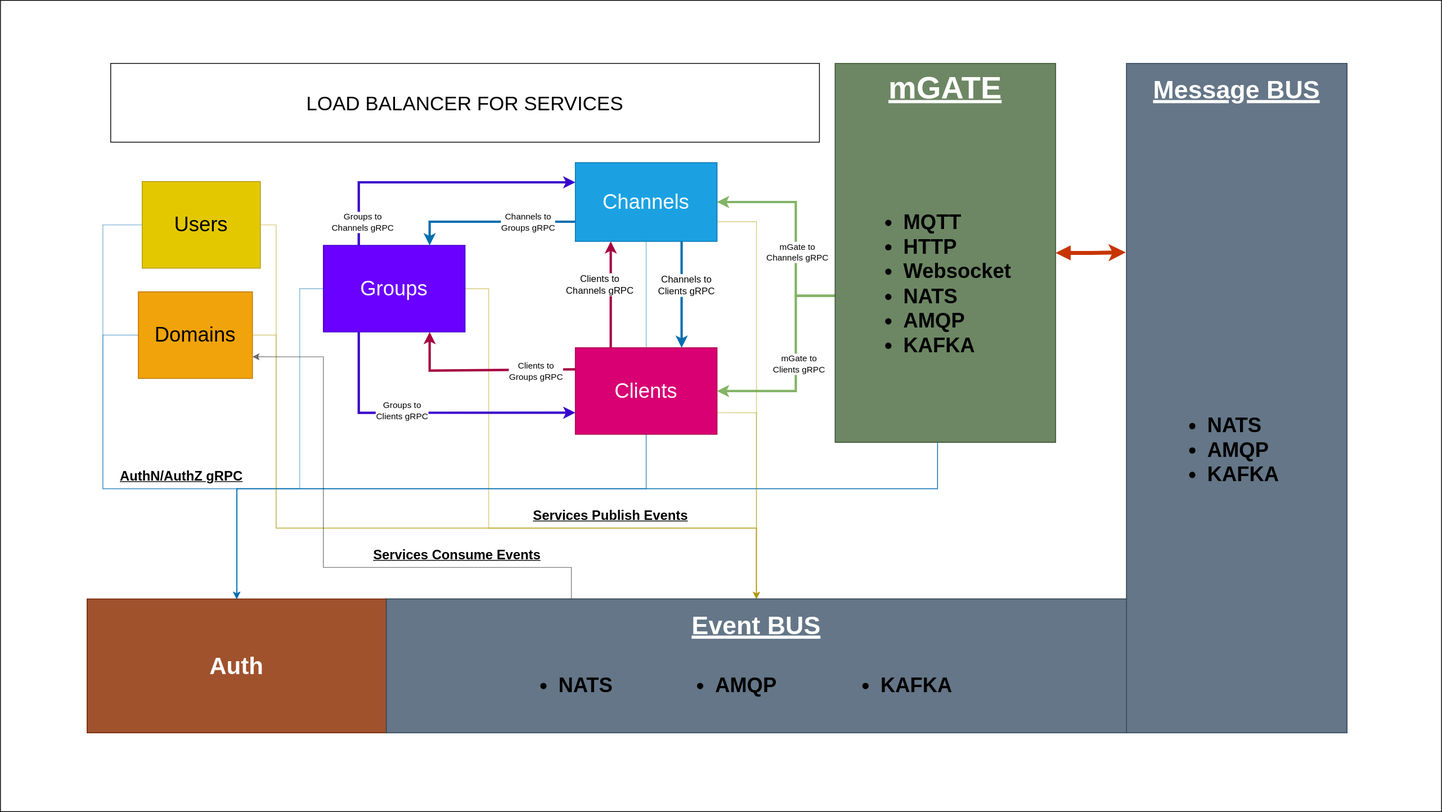
Above: docs/architecture.drawio.svg in absmach/supermq-docs (draw.io), before the change. Source tidied: cells renumbered, new cells last; positions are measured from the earlier drawing's top-left corner, leaving out a move shared by most shapes.
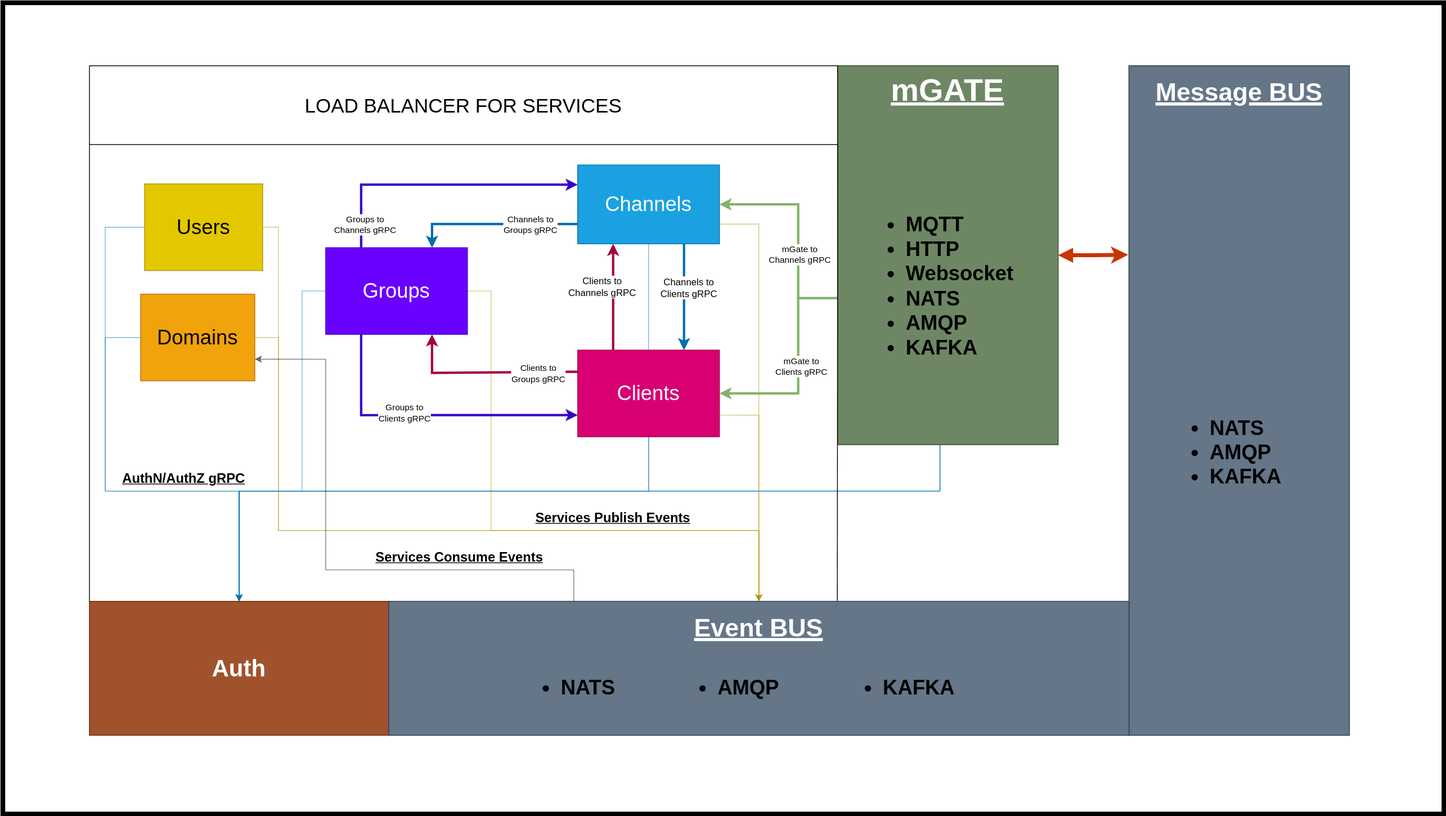
After the commit.

Change to the diagram source:
```diff
@@ -2,7 +2,7 @@
   <root>
     <mxCell id="0" />
     <mxCell id="1" parent="0" />
-    <mxCell id="2" style="rounded=0;whiteSpace=wrap;html=1;" parent="1" vertex="1">
+    <mxCell id="2" style="rounded=0;whiteSpace=wrap;html=1;strokeWidth=6;" parent="1" vertex="1">
       <mxGeometry width="1830" height="1030" as="geometry" />
     </mxCell>
     <mxCell id="3" style="edgeStyle=orthogonalEdgeStyle;rounded=0;jettySize=auto;html=1;entryX=0.5;entryY=0;entryDx=0;entryDy=0;fillColor=#e3c800;strokeColor=#B09500;opacity=50;" parent="1" edge="1" source="10" target="42">
@@ -255,7 +255,7 @@
       <mxGeometry x="450" y="690" width="260" height="30" as="geometry" />
     </mxCell>
     <mxCell id="51" value="LOAD BALANCER FOR SERVICES" style="rounded=0;whiteSpace=wrap;html=1;fontSize=25;" parent="1" vertex="1">
-      <mxGeometry x="140" y="80" width="900" height="100" as="geometry" />
+      <mxGeometry x="110" y="80" width="950" height="100" as="geometry" />
     </mxCell>
     <mxCell id="52" style="edgeStyle=orthogonalEdgeStyle;rounded=0;jettySize=auto;html=1;startArrow=block;startFill=1;strokeWidth=5;fillColor=#fa6800;strokeColor=#C73500;" parent="1" edge="1" source="39">
       <mxGeometry relative="1" as="geometry">
@@ -265,5 +265,11 @@
     <mxCell id="53" value="AuthN/AuthZ gRPC" style="text;html=1;align=center;verticalAlign=middle;whiteSpace=wrap;rounded=0;fontSize=17;fontStyle=5;" parent="1" vertex="1">
       <mxGeometry x="150" y="590" width="160" height="30" as="geometry" />
     </mxCell>
+    <mxCell id="54" style="endArrow=none;html=1;entryX=0;entryY=1;entryDx=0;entryDy=0;exitX=0;exitY=0;exitDx=0;exitDy=0;" parent="1" edge="1" source="21" target="51">
+      <mxGeometry relative="1" as="geometry" />
+    </mxCell>
+    <mxCell id="55" style="endArrow=none;html=1;exitX=0.606;exitY=-0.004;exitDx=0;exitDy=0;exitPerimeter=0;entryX=0.001;entryY=0.208;entryDx=0;entryDy=0;entryPerimeter=0;" parent="1" edge="1" source="42" target="39">
+      <mxGeometry relative="1" as="geometry" />
+    </mxCell>
   </root>
 </mxGraphModel>
```
